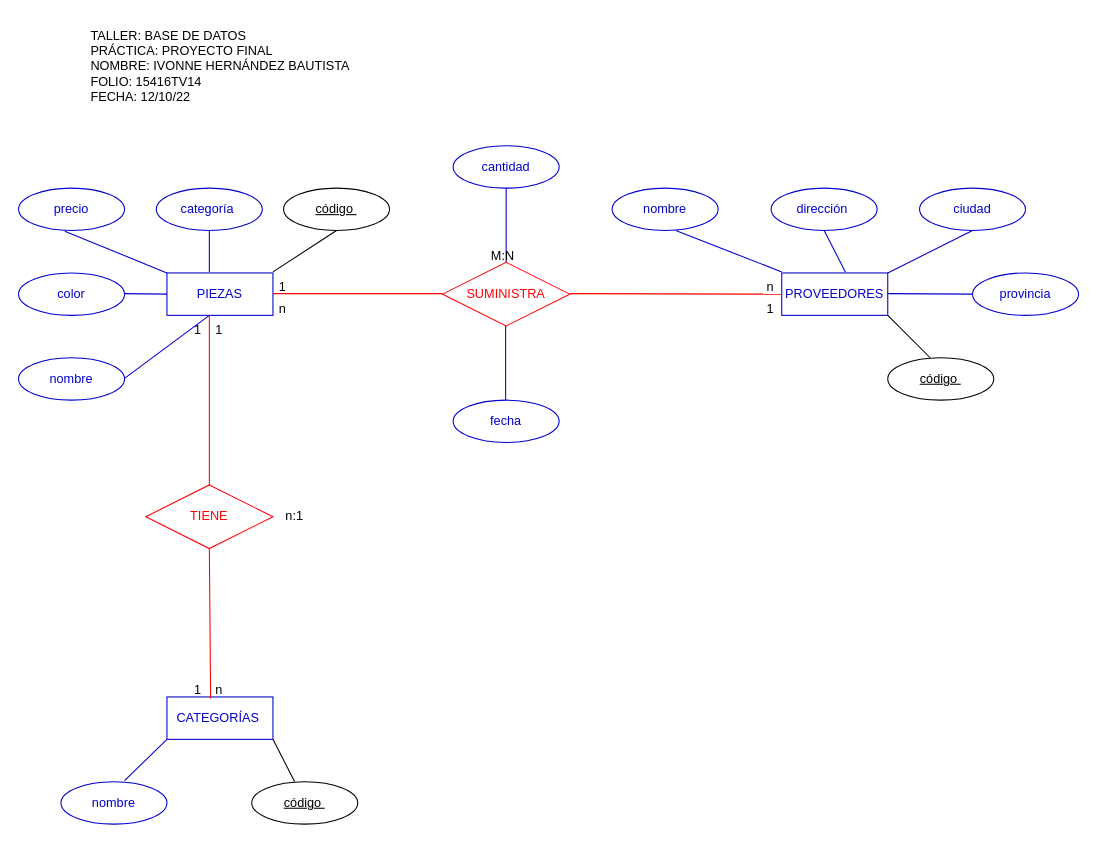
Before: DIAGRAMAN/Proyectofinal.drawio in IVONNE80/BASE-DE-DATOS, a draw.io diagram. Source tidied: cells renumbered, new cells numbered last; positions are measured from the earlier drawing's top-left corner, leaving out a move shared by most shapes. Both pictures are drawn from the tidied source at 106%, with x=0, y=0 at pixel (18, 18).
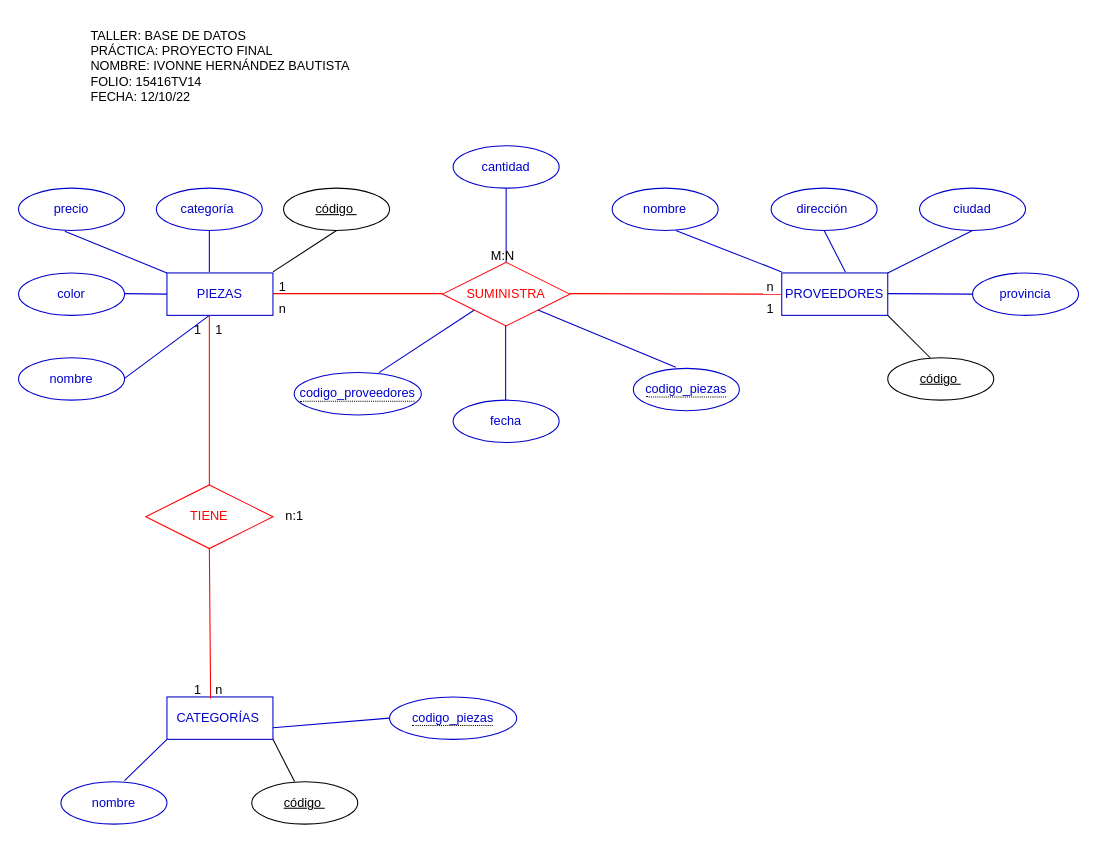
The same diagram, later.

Unchanged cells that the change refers to:
```xml
<mxCell id="17" value="&lt;font color=&quot;#ff0000&quot;&gt;SUMINISTRA&lt;/font&gt;" style="shape=rhombus;perimeter=rhombusPerimeter;whiteSpace=wrap;html=1;align=center;strokeColor=#FF0000;" parent="1" vertex="1">
  <mxGeometry x="400" y="230" width="120" height="60" as="geometry" />
</mxCell>
```

Diff of the diagram source:
```diff
@@
+    <mxCell id="50" value="&lt;span style=&quot;border-bottom: 1px dotted&quot;&gt;&lt;font color=&quot;#0000cc&quot;&gt;codigo_piezas&lt;/font&gt;&lt;/span&gt;" style="ellipse;whiteSpace=wrap;html=1;align=center;strokeColor=#0000CC;" parent="1" vertex="1">
+      <mxGeometry x="580" y="330" width="100" height="40" as="geometry" />
+    </mxCell>
+    <mxCell id="51" value="&lt;span style=&quot;border-bottom: 1px dotted&quot;&gt;&lt;font color=&quot;#0000cc&quot;&gt;codigo_proveedores&lt;/font&gt;&lt;/span&gt;" style="ellipse;whiteSpace=wrap;html=1;align=center;strokeColor=#0000CC;" parent="1" vertex="1">
+      <mxGeometry x="260" y="334" width="120" height="40" as="geometry" />
+    </mxCell>
+    <mxCell id="52" style="endArrow=none;html=1;rounded=0;fontColor=#0000CC;strokeColor=#0000CC;exitX=1;exitY=1;exitDx=0;exitDy=0;" parent="1" edge="1" source="17">
+      <mxGeometry relative="1" as="geometry">
+        <mxPoint x="620" y="329" as="targetPoint" />
+      </mxGeometry>
+    </mxCell>
+    <mxCell id="53" style="endArrow=none;html=1;rounded=0;fontColor=#0000CC;strokeColor=#0000CC;exitX=1;exitY=1;exitDx=0;exitDy=0;entryX=0;entryY=1;entryDx=0;entryDy=0;" parent="1" edge="1" target="17">
+      <mxGeometry relative="1" as="geometry">
+        <mxPoint x="340" y="334" as="sourcePoint" />
+      </mxGeometry>
+    </mxCell>
+    <mxCell id="54" value="&lt;span style=&quot;border-bottom: 1px dotted&quot;&gt;&lt;font color=&quot;#0000cc&quot;&gt;codigo_piezas&lt;/font&gt;&lt;/span&gt;" style="ellipse;whiteSpace=wrap;html=1;align=center;strokeColor=#0000CC;" parent="1" vertex="1">
+      <mxGeometry x="350" y="640" width="120" height="40" as="geometry" />
+    </mxCell>
+    <mxCell id="55" style="endArrow=none;html=1;rounded=0;fontColor=#0000CC;strokeColor=#0000CC;entryX=0;entryY=0.5;entryDx=0;entryDy=0;" parent="1" edge="1" target="54">
+      <mxGeometry relative="1" as="geometry">
+        <mxPoint x="240" y="669" as="sourcePoint" />
+      </mxGeometry>
+    </mxCell>
```
